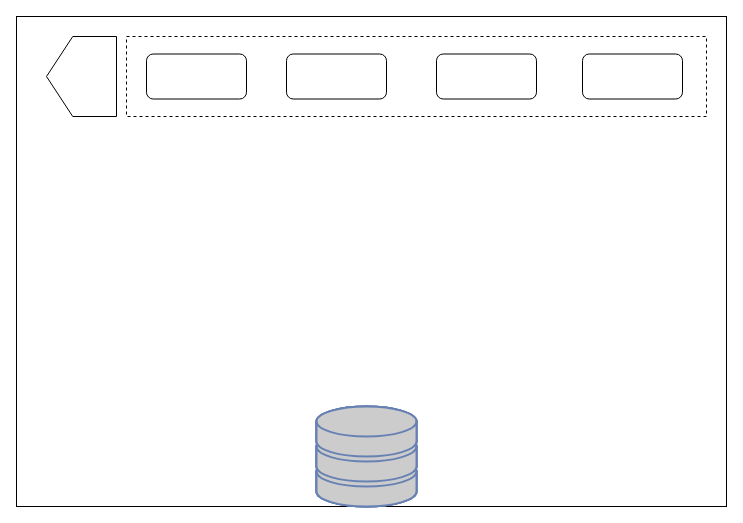
Before: 架构图.drawio in liym1992/tips, a draw.io diagram. Source tidied: cells renumbered, new cells numbered last; positions are measured from the earlier drawing's top-left corner, leaving out a move shared by most shapes. Both pictures are drawn from the tidied source at 100%, with x=0, y=0 at pixel (16, 16).
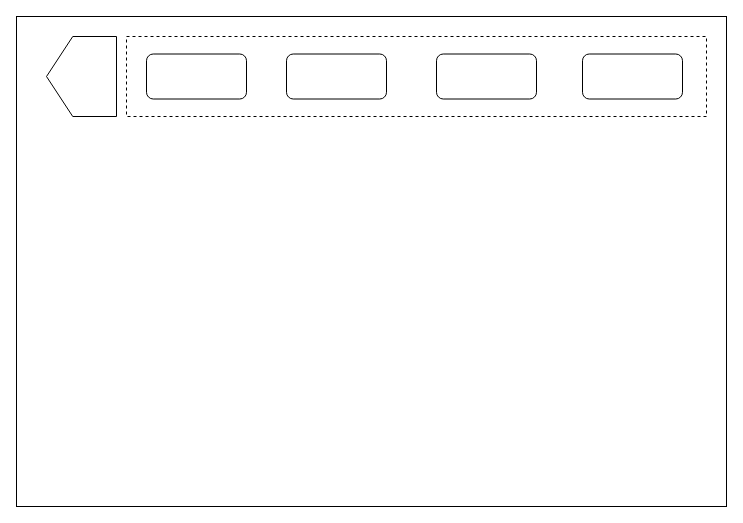
The same diagram, later.

Commit message:
更新架构图.drawio

Change to the diagram source:
```diff
@@
 <mxGraphModel>
   <root>
     <mxCell id="0" />
     <mxCell id="1" parent="0" />
     <mxCell id="2" style="rounded=0;whiteSpace=wrap;html=1;" parent="1" vertex="1">
       <mxGeometry width="710" height="490" as="geometry" />
     </mxCell>
     <mxCell id="3" style="shape=offPageConnector;whiteSpace=wrap;html=1;rotation=90;" parent="1" vertex="1">
       <mxGeometry x="25" y="25" width="80" height="70" as="geometry" />
     </mxCell>
     <mxCell id="4" style="rounded=0;whiteSpace=wrap;html=1;dashed=1;" parent="1" vertex="1">
       <mxGeometry x="110" y="20" width="580" height="80" as="geometry" />
     </mxCell>
     <mxCell id="5" style="rounded=1;whiteSpace=wrap;html=1;" parent="1" vertex="1">
       <mxGeometry x="130" y="37.5" width="100" height="45" as="geometry" />
     </mxCell>
     <mxCell id="6" style="rounded=1;whiteSpace=wrap;html=1;" parent="1" vertex="1">
       <mxGeometry x="270" y="37.5" width="100" height="45" as="geometry" />
     </mxCell>
     <mxCell id="7" style="rounded=1;whiteSpace=wrap;html=1;" parent="1" vertex="1">
       <mxGeometry x="420" y="37.5" width="100" height="45" as="geometry" />
     </mxCell>
     <mxCell id="8" style="rounded=1;whiteSpace=wrap;html=1;" parent="1" vertex="1">
       <mxGeometry x="566" y="37.5" width="100" height="45" as="geometry" />
     </mxCell>
-    <mxCell id="9" style="fontColor=#0066CC;verticalAlign=top;verticalLabelPosition=bottom;labelPosition=center;align=center;html=1;fillColor=#CCCCCC;strokeColor=#6881B3;gradientColor=none;gradientDirection=north;strokeWidth=2;shape=mxgraph.networks.storage;" parent="1" vertex="1">
-      <mxGeometry x="300" y="390" width="100" height="100" as="geometry" />
-    </mxCell>
-    <mxCell id="10" style="fontColor=#0066CC;verticalAlign=top;verticalLabelPosition=bottom;labelPosition=center;align=center;html=1;fillColor=#CCCCCC;strokeColor=#6881B3;gradientColor=none;gradientDirection=north;strokeWidth=2;shape=mxgraph.networks.storage;" parent="1" vertex="1">
-      <mxGeometry x="300" y="390" width="100" height="100" as="geometry" />
-    </mxCell>
-    <mxCell id="11" style="fontColor=#0066CC;verticalAlign=top;verticalLabelPosition=bottom;labelPosition=center;align=center;html=1;fillColor=#CCCCCC;strokeColor=#6881B3;gradientColor=none;gradientDirection=north;strokeWidth=2;shape=mxgraph.networks.storage;" parent="1" vertex="1">
-      <mxGeometry x="300" y="390" width="100" height="100" as="geometry" />
-    </mxCell>
-    <mxCell id="12" style="fontColor=#0066CC;verticalAlign=top;verticalLabelPosition=bottom;labelPosition=center;align=center;html=1;fillColor=#CCCCCC;strokeColor=#6881B3;gradientColor=none;gradientDirection=north;strokeWidth=2;shape=mxgraph.networks.storage;" parent="1" vertex="1">
-      <mxGeometry x="300" y="390" width="100" height="100" as="geometry" />
-    </mxCell>
   </root>
 </mxGraphModel>
```
